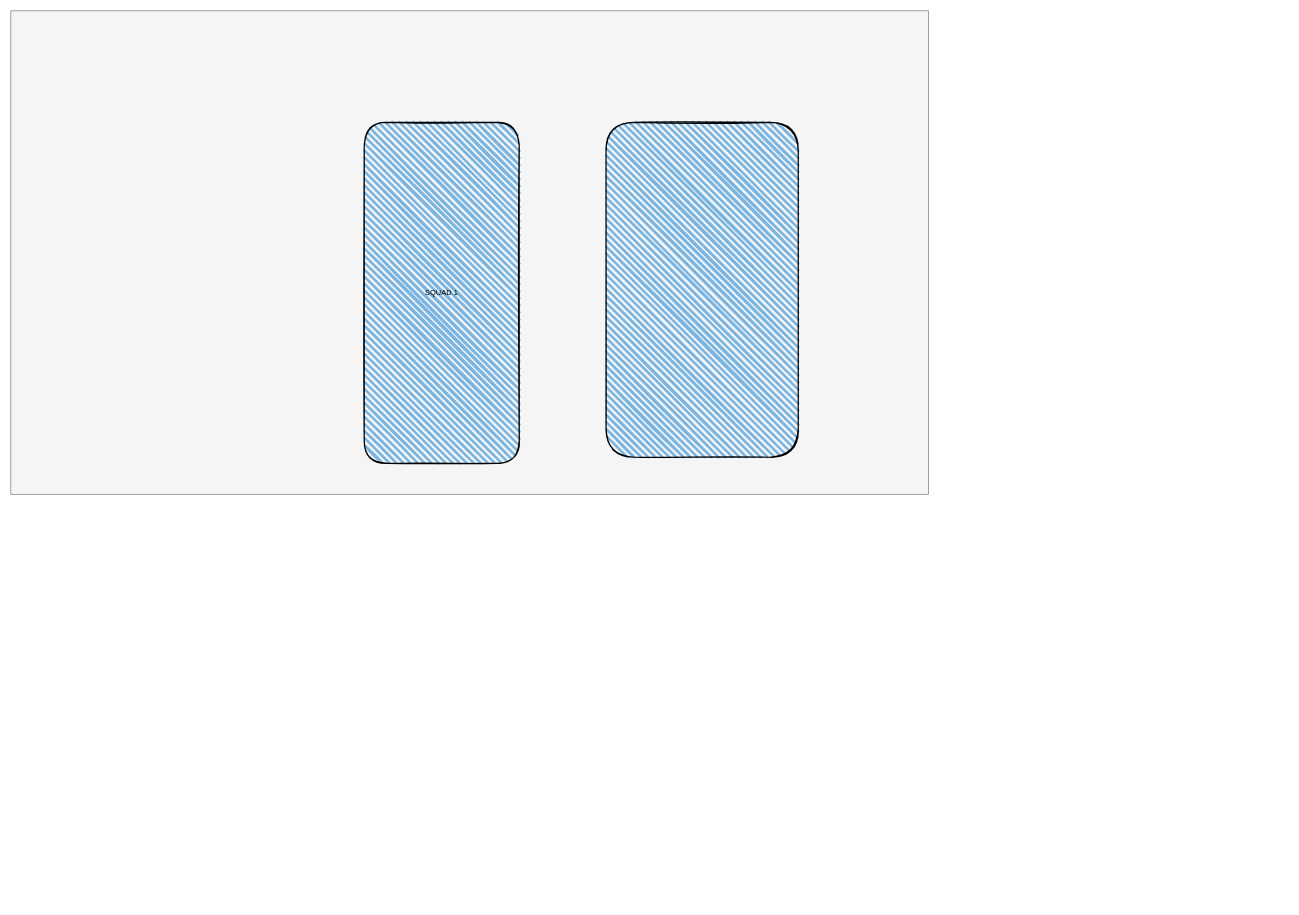
Before: draws/Squads_LH.drawio in pierrobernes/notes_lh, a draw.io diagram. Source tidied: cells renumbered, new cells numbered last; positions are measured from the earlier drawing's top-left corner, leaving out a move shared by most shapes. Both pictures are drawn from the tidied source at 62%, with x=0, y=0 at pixel (11, 11). Pictures stored in the file or linked from it are replaced by grey dashed boxes.
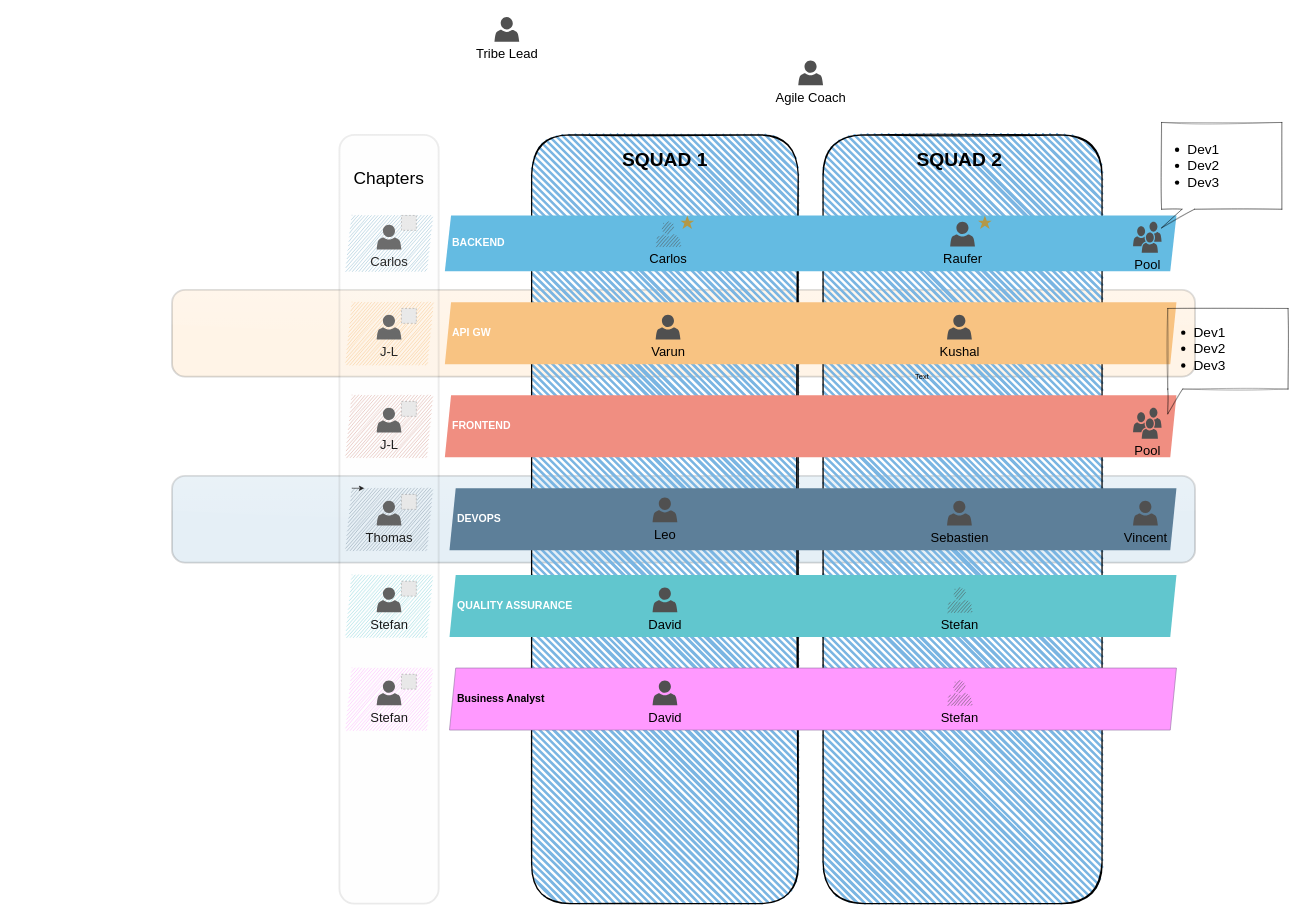
The same page after the edit.

Change to the diagram source:
```diff
@@
-    <mxCell id="2" style="rounded=0;whiteSpace=wrap;html=1;fillColor=#f5f5f5;strokeColor=#666666;fontColor=#333333;" parent="1" vertex="1">
-      <mxGeometry width="1480" height="780" as="geometry" />
-    </mxCell>
+    <mxCell id="5" style="rounded=1;whiteSpace=wrap;html=1;shadow=0;glass=1;labelBackgroundColor=none;sketch=0;strokeColor=#3B3B3B;strokeWidth=3;fontSize=31;fontColor=#000000;opacity=20;align=left;fillColor=#FFC986;" parent="1" vertex="1">
+      <mxGeometry x="260" y="450" width="1650" height="140" as="geometry" />
+    </mxCell>
+    <mxCell id="6" style="rounded=1;whiteSpace=wrap;html=1;shadow=0;glass=1;labelBackgroundColor=none;sketch=0;strokeColor=#3B3B3B;strokeWidth=3;fontSize=31;fontColor=#000000;opacity=20;align=left;fillColor=#7FAED1;" parent="1" vertex="1">
+      <mxGeometry x="260" y="750" width="1650" height="140" as="geometry" />
+    </mxCell>
-    <mxCell id="3" value="SQUAD 1" style="rounded=1;whiteSpace=wrap;html=1;strokeWidth=2;fillWeight=4;hachureGap=8;hachureAngle=45;sketch=1;fillColor=#7AB5E2;" parent="1" vertex="1">
-      <mxGeometry x="570" y="180" width="250" height="550" as="geometry" />
+    <mxCell id="3" style="rounded=1;whiteSpace=wrap;html=1;strokeWidth=2;fillWeight=4;hachureGap=8;hachureAngle=45;sketch=1;fillColor=#7AB5E2;align=left;" parent="1" vertex="1">
+      <mxGeometry x="840" y="200" width="430" height="1240" as="geometry" />
     </mxCell>
     <mxCell id="4" style="rounded=1;whiteSpace=wrap;html=1;strokeWidth=2;fillWeight=4;hachureGap=8;hachureAngle=45;sketch=1;fillColor=#7AB5E2;" parent="1" vertex="1">
-      <mxGeometry x="960" y="180" width="310" height="540" as="geometry" />
+      <mxGeometry x="1310" y="200" width="450" height="1240" as="geometry" />
     </mxCell>
+    <mxCell id="7" value="Text" style="text;html=1;strokeColor=none;fillColor=none;align=center;verticalAlign=middle;whiteSpace=wrap;rounded=0;" parent="1" vertex="1">
+      <mxGeometry x="1450" y="580" width="40" height="20" as="geometry" />
+    </mxCell>
+    <mxCell id="8" value="SQUAD 1" style="text;html=1;strokeColor=none;fillColor=none;align=center;verticalAlign=middle;whiteSpace=wrap;rounded=0;fontStyle=1;fontSize=31;" parent="1" vertex="1">
+      <mxGeometry x="975" y="230" width="160" height="20" as="geometry" />
+    </mxCell>
+    <mxCell id="9" value="SQUAD 2" style="text;html=1;strokeColor=none;fillColor=none;align=center;verticalAlign=middle;whiteSpace=wrap;rounded=0;fontStyle=1;fontSize=31;" parent="1" vertex="1">
+      <mxGeometry x="1450" y="230" width="160" height="20" as="geometry" />
+    </mxCell>
+    <mxCell id="10" value="Agile Coach" style="shadow=0;dashed=0;html=1;strokeColor=none;fillColor=#505050;labelPosition=center;verticalLabelPosition=bottom;verticalAlign=top;align=center;shape=mxgraph.office.users.user;fontSize=21;fontColor=#000000;" parent="1" vertex="1">
+      <mxGeometry x="1270" y="80" width="40" height="40" as="geometry" />
+    </mxCell>
+    <mxCell id="11" value="Tribe Lead" style="shadow=0;dashed=0;html=1;strokeColor=none;fillColor=#505050;labelPosition=center;verticalLabelPosition=bottom;verticalAlign=top;align=center;shape=mxgraph.office.users.user;fontSize=21;fontColor=#000000;" parent="1" vertex="1">
+      <mxGeometry x="780" y="10" width="40" height="40" as="geometry" />
+    </mxCell>
+    <mxCell id="12" style="shape=mxgraph.infographic.parallelogram;dx=5;html=1;fillColor=#10739E;strokeColor=none;shadow=0;fontSize=17;align=center;fontStyle=1;sketch=1;opacity=50;" parent="1" vertex="1">
+      <mxGeometry x="540" y="330" width="140" height="90" as="geometry" />
+    </mxCell>
+    <mxCell id="13" value="BACKEND" style="shape=mxgraph.infographic.parallelogram;dx=5;html=1;fillColor=#64BBE2;strokeColor=none;shadow=0;fontSize=17;fontColor=#FFFFFF;align=left;spacingLeft=10;fontStyle=1;" parent="1" vertex="1">
+      <mxGeometry x="700" y="330" width="1180" height="90" as="geometry" />
+    </mxCell>
+    <mxCell id="14" style="shape=mxgraph.infographic.parallelogram;dx=5;html=1;fillColor=#F2931E;strokeColor=none;shadow=0;fontSize=17;align=center;fontStyle=1;sketch=1;opacity=50;" parent="1" vertex="1">
+      <mxGeometry x="540" y="470" width="140" height="100" as="geometry" />
+    </mxCell>
+    <mxCell id="15" value="API GW" style="shape=mxgraph.infographic.parallelogram;dx=5;html=1;strokeColor=none;shadow=0;fontSize=17;fontColor=#FFFFFF;align=left;spacingLeft=10;fontStyle=1;fillColor=#F8C382;" parent="1" vertex="1">
+      <mxGeometry x="700" y="470" width="1180" height="100" as="geometry" />
+    </mxCell>
+    <mxCell id="16" style="shape=mxgraph.infographic.parallelogram;dx=5;html=1;fillColor=#AE4132;strokeColor=none;shadow=0;fontSize=17;align=center;fontStyle=1;sketch=1;opacity=50;" parent="1" vertex="1">
+      <mxGeometry x="540" y="620" width="140" height="100" as="geometry" />
+    </mxCell>
+    <mxCell id="17" value="FRONTEND" style="shape=mxgraph.infographic.parallelogram;dx=5;html=1;fillColor=#F08E81;strokeColor=none;shadow=0;fontSize=17;fontColor=#FFFFFF;align=left;spacingLeft=10;fontStyle=1;" parent="1" vertex="1">
+      <mxGeometry x="700" y="620" width="1180" height="100" as="geometry" />
+    </mxCell>
+    <mxCell id="18" style="shape=mxgraph.infographic.parallelogram;dx=5;html=1;fillColor=#23445D;strokeColor=none;shadow=0;fontSize=17;fontColor=#FFFFFF;align=center;fontStyle=1;sketch=1;opacity=50;" parent="1" vertex="1">
+      <mxGeometry x="540" y="770" width="140" height="100" as="geometry" />
+    </mxCell>
+    <mxCell id="19" value="DEVOPS" style="shape=mxgraph.infographic.parallelogram;dx=5;html=1;fillColor=#5D7F99;strokeColor=none;shadow=0;fontSize=17;fontColor=#FFFFFF;align=left;spacingLeft=10;fontStyle=1;" parent="1" vertex="1">
+      <mxGeometry x="707.5" y="770" width="1172.5" height="100" as="geometry" />
+    </mxCell>
+    <mxCell id="20" style="shape=mxgraph.infographic.parallelogram;dx=5;html=1;fillColor=#12AAB5;strokeColor=none;shadow=0;fontSize=17;fontColor=#FFFFFF;align=center;fontStyle=1;sketch=1;opacity=50;" parent="1" vertex="1">
+      <mxGeometry x="540" y="910" width="140" height="100" as="geometry" />
+    </mxCell>
+    <mxCell id="21" value="QUALITY ASSURANCE" style="shape=mxgraph.infographic.parallelogram;dx=5;html=1;fillColor=#61C6CE;strokeColor=none;shadow=0;fontSize=17;fontColor=#FFFFFF;align=left;spacingLeft=10;fontStyle=1;" parent="1" vertex="1">
+      <mxGeometry x="707.5" y="910" width="1172.5" height="100" as="geometry" />
+    </mxCell>
+    <mxCell id="22" value="Carlos" style="shadow=0;dashed=0;html=1;strokeColor=none;fillColor=#505050;labelPosition=center;verticalLabelPosition=bottom;verticalAlign=top;align=center;shape=mxgraph.office.users.user;fontSize=21;fontColor=#000000;sketch=1;" parent="1" vertex="1">
+      <mxGeometry x="1040" y="340" width="40" height="40" as="geometry" />
+    </mxCell>
+    <mxCell id="23" style="html=1;verticalLabelPosition=bottom;labelBackgroundColor=#ffffff;verticalAlign=top;shadow=0;dashed=0;strokeWidth=2;shape=mxgraph.ios7.misc.star;strokeColor=none;fontSize=21;fontColor=#FFD966;fillColor=#B39847;" parent="1" vertex="1">
+      <mxGeometry x="1080" y="330" width="22" height="22" as="geometry" />
+    </mxCell>
+    <mxCell id="24" value="Raufer" style="shadow=0;dashed=0;html=1;strokeColor=none;fillColor=#505050;labelPosition=center;verticalLabelPosition=bottom;verticalAlign=top;align=center;shape=mxgraph.office.users.user;fontSize=21;fontColor=#000000;" parent="1" vertex="1">
+      <mxGeometry x="1515" y="340" width="40" height="40" as="geometry" />
+    </mxCell>
+    <mxCell id="25" value="Pool" style="shadow=0;dashed=0;html=1;strokeColor=none;fillColor=#505050;labelPosition=center;verticalLabelPosition=bottom;verticalAlign=top;align=center;shape=mxgraph.office.users.users;fontSize=21;fontColor=#000000;" parent="1" vertex="1">
+      <mxGeometry x="1810" y="340" width="46" height="50" as="geometry" />
+    </mxCell>
+    <mxCell id="26" style="edgeStyle=orthogonalEdgeStyle;rounded=0;orthogonalLoop=1;jettySize=auto;html=1;exitX=0;exitY=0;exitDx=10;exitDy=0;exitPerimeter=0;entryX=0;entryY=0;entryDx=30;entryDy=0;entryPerimeter=0;fontSize=21;fontColor=#FFD966;" parent="1" edge="1" source="18" target="18">
+      <mxGeometry relative="1" as="geometry" />
+    </mxCell>
+    <mxCell id="27" style="html=1;verticalLabelPosition=bottom;labelBackgroundColor=#ffffff;verticalAlign=top;shadow=0;dashed=0;strokeWidth=2;shape=mxgraph.ios7.misc.star;strokeColor=none;fontSize=21;fontColor=#FFD966;fillColor=#B39847;" parent="1" vertex="1">
+      <mxGeometry x="1560" y="330" width="22" height="22" as="geometry" />
+    </mxCell>
+    <mxCell id="28" value="Varun" style="shadow=0;dashed=0;html=1;strokeColor=none;fillColor=#505050;labelPosition=center;verticalLabelPosition=bottom;verticalAlign=top;align=center;shape=mxgraph.office.users.user;fontSize=21;fontColor=#000000;" parent="1" vertex="1">
+      <mxGeometry x="1040" y="490" width="40" height="40" as="geometry" />
+    </mxCell>
+    <mxCell id="29" value="Kushal" style="shadow=0;dashed=0;html=1;strokeColor=none;fillColor=#505050;labelPosition=center;verticalLabelPosition=bottom;verticalAlign=top;align=center;shape=mxgraph.office.users.user;fontSize=21;fontColor=#000000;" parent="1" vertex="1">
+      <mxGeometry x="1510" y="490" width="40" height="40" as="geometry" />
+    </mxCell>
+    <mxCell id="30" value="Pool" style="shadow=0;dashed=0;html=1;strokeColor=none;fillColor=#505050;labelPosition=center;verticalLabelPosition=bottom;verticalAlign=top;align=center;shape=mxgraph.office.users.users;fontSize=21;fontColor=#000000;" parent="1" vertex="1">
+      <mxGeometry x="1810" y="640" width="46" height="50" as="geometry" />
+    </mxCell>
+    <mxCell id="31" value="&lt;ul style=&quot;font-size: 22px&quot;&gt;&lt;li style=&quot;font-size: 22px&quot;&gt;Dev1&lt;/li&gt;&lt;li style=&quot;font-size: 22px&quot;&gt;Dev2&lt;/li&gt;&lt;li style=&quot;font-size: 22px&quot;&gt;Dev3&lt;/li&gt;&lt;/ul&gt;" style="shape=callout;whiteSpace=wrap;html=1;perimeter=calloutPerimeter;rounded=0;shadow=0;labelBackgroundColor=none;sketch=1;fillColor=none;fontSize=22;fontColor=#000000;opacity=50;position2=0;size=30;position=0.17;align=left;" parent="1" vertex="1">
+      <mxGeometry x="1856" y="180" width="194" height="170" as="geometry" />
+    </mxCell>
+    <mxCell id="32" value="&lt;ul style=&quot;font-size: 22px&quot;&gt;&lt;li style=&quot;font-size: 22px&quot;&gt;Dev1&lt;/li&gt;&lt;li style=&quot;font-size: 22px&quot;&gt;Dev2&lt;/li&gt;&lt;li style=&quot;font-size: 22px&quot;&gt;Dev3&lt;/li&gt;&lt;/ul&gt;" style="shape=callout;whiteSpace=wrap;html=1;perimeter=calloutPerimeter;rounded=0;shadow=0;labelBackgroundColor=none;sketch=1;fillColor=none;fontSize=22;fontColor=#000000;opacity=50;position2=0;size=40;position=0;align=left;base=24;" parent="1" vertex="1">
+      <mxGeometry x="1866" y="480" width="194" height="170" as="geometry" />
+    </mxCell>
+    <mxCell id="33" style="fillColor=#E6E6E6;strokeColor=#999999;dashed=1;html=1;verticalAlign=top;verticalLabelPosition=bottom;labelBackgroundColor=#ffffff;fontSize=22;fontColor=#000000;align=left;" parent="1" vertex="1">
+      <mxGeometry x="630" y="330" width="24" height="24" as="geometry" />
+    </mxCell>
+    <mxCell id="34" value="Carlos" style="shadow=0;dashed=0;html=1;strokeColor=none;fillColor=#505050;labelPosition=center;verticalLabelPosition=bottom;verticalAlign=top;align=center;shape=mxgraph.office.users.user;fontSize=21;fontColor=#000000;" parent="1" vertex="1">
+      <mxGeometry x="590" y="345" width="40" height="40" as="geometry" />
+    </mxCell>
+    <mxCell id="35" style="group;" parent="1" vertex="1">
+      <mxGeometry x="590" y="480" width="64" height="50" as="geometry" />
+    </mxCell>
+    <mxCell id="36" value="J-L" style="shadow=0;dashed=0;html=1;strokeColor=none;fillColor=#505050;labelPosition=center;verticalLabelPosition=bottom;verticalAlign=top;align=center;shape=mxgraph.office.users.user;fontSize=21;fontColor=#000000;" parent="35" vertex="1">
+      <mxGeometry y="10" width="40" height="40" as="geometry" />
+    </mxCell>
+    <mxCell id="37" style="fillColor=#E6E6E6;strokeColor=#999999;dashed=1;html=1;verticalAlign=top;verticalLabelPosition=bottom;labelBackgroundColor=#ffffff;fontSize=22;fontColor=#000000;align=left;" parent="35" vertex="1">
+      <mxGeometry x="40" width="24" height="24" as="geometry" />
+    </mxCell>
+    <mxCell id="38" style="group;" parent="1" vertex="1">
+      <mxGeometry x="590" y="630" width="64" height="50" as="geometry" />
+    </mxCell>
+    <mxCell id="39" value="J-L" style="shadow=0;dashed=0;html=1;strokeColor=none;fillColor=#505050;labelPosition=center;verticalLabelPosition=bottom;verticalAlign=top;align=center;shape=mxgraph.office.users.user;fontSize=21;fontColor=#000000;" parent="38" vertex="1">
+      <mxGeometry y="10" width="40" height="40" as="geometry" />
+    </mxCell>
+    <mxCell id="40" style="fillColor=#E6E6E6;strokeColor=#999999;dashed=1;html=1;verticalAlign=top;verticalLabelPosition=bottom;labelBackgroundColor=#ffffff;fontSize=22;fontColor=#000000;align=left;" parent="38" vertex="1">
+      <mxGeometry x="40" width="24" height="24" as="geometry" />
+    </mxCell>
+    <mxCell id="41" style="group;" parent="1" vertex="1">
+      <mxGeometry x="590" y="780" width="64" height="50" as="geometry" />
+    </mxCell>
+    <mxCell id="42" value="Thomas" style="shadow=0;dashed=0;html=1;strokeColor=none;fillColor=#505050;labelPosition=center;verticalLabelPosition=bottom;verticalAlign=top;align=center;shape=mxgraph.office.users.user;fontSize=21;fontColor=#000000;" parent="41" vertex="1">
+      <mxGeometry y="10" width="40" height="40" as="geometry" />
+    </mxCell>
+    <mxCell id="43" style="fillColor=#E6E6E6;strokeColor=#999999;dashed=1;html=1;verticalAlign=top;verticalLabelPosition=bottom;labelBackgroundColor=#ffffff;fontSize=22;fontColor=#000000;align=left;" parent="41" vertex="1">
+      <mxGeometry x="40" width="24" height="24" as="geometry" />
+    </mxCell>
+    <mxCell id="44" style="group;" parent="1" vertex="1">
+      <mxGeometry x="590" y="920" width="64" height="50" as="geometry" />
+    </mxCell>
+    <mxCell id="45" value="Stefan" style="shadow=0;dashed=0;html=1;strokeColor=none;fillColor=#505050;labelPosition=center;verticalLabelPosition=bottom;verticalAlign=top;align=center;shape=mxgraph.office.users.user;fontSize=21;fontColor=#000000;" parent="44" vertex="1">
+      <mxGeometry y="10" width="40" height="40" as="geometry" />
+    </mxCell>
+    <mxCell id="46" style="fillColor=#E6E6E6;strokeColor=#999999;dashed=1;html=1;verticalAlign=top;verticalLabelPosition=bottom;labelBackgroundColor=#ffffff;fontSize=22;fontColor=#000000;align=left;" parent="44" vertex="1">
+      <mxGeometry x="40" width="24" height="24" as="geometry" />
+    </mxCell>
+    <mxCell id="47" value="Leo" style="shadow=0;dashed=0;html=1;strokeColor=none;fillColor=#505050;labelPosition=center;verticalLabelPosition=bottom;verticalAlign=top;align=center;shape=mxgraph.office.users.user;fontSize=21;fontColor=#000000;" parent="1" vertex="1">
+      <mxGeometry x="1035" y="785" width="40" height="40" as="geometry" />
+    </mxCell>
+    <mxCell id="48" value="Sebastien" style="shadow=0;dashed=0;html=1;strokeColor=none;fillColor=#505050;labelPosition=center;verticalLabelPosition=bottom;verticalAlign=top;align=center;shape=mxgraph.office.users.user;fontSize=21;fontColor=#000000;" parent="1" vertex="1">
+      <mxGeometry x="1510" y="790" width="40" height="40" as="geometry" />
+    </mxCell>
+    <mxCell id="49" value="Vincent" style="shadow=0;dashed=0;html=1;strokeColor=none;fillColor=#505050;labelPosition=center;verticalLabelPosition=bottom;verticalAlign=top;align=center;shape=mxgraph.office.users.user;fontSize=21;fontColor=#000000;" parent="1" vertex="1">
+      <mxGeometry x="1810" y="790" width="40" height="40" as="geometry" />
+    </mxCell>
+    <mxCell id="50" value="David" style="shadow=0;dashed=0;html=1;strokeColor=none;fillColor=#505050;labelPosition=center;verticalLabelPosition=bottom;verticalAlign=top;align=center;shape=mxgraph.office.users.user;fontSize=21;fontColor=#000000;" parent="1" vertex="1">
+      <mxGeometry x="1035" y="930" width="40" height="40" as="geometry" />
+    </mxCell>
+    <mxCell id="51" value="Stefan" style="shadow=0;dashed=0;html=1;strokeColor=none;fillColor=#505050;labelPosition=center;verticalLabelPosition=bottom;verticalAlign=top;align=center;shape=mxgraph.office.users.user;fontSize=21;fontColor=#000000;sketch=1;" parent="1" vertex="1">
+      <mxGeometry x="1510" y="930" width="40" height="40" as="geometry" />
+    </mxCell>
+    <mxCell id="52" style="shape=mxgraph.infographic.parallelogram;dx=5;html=1;strokeColor=none;shadow=0;fontSize=17;fontColor=#FFFFFF;align=center;fontStyle=1;sketch=1;opacity=50;fillColor=#FF66FF;" parent="1" vertex="1">
+      <mxGeometry x="540" y="1060" width="140" height="100" as="geometry" />
+    </mxCell>
+    <mxCell id="53" value="Business Analyst" style="shape=mxgraph.infographic.parallelogram;dx=5;html=1;strokeColor=#9673a6;shadow=0;fontSize=17;align=left;spacingLeft=10;fontStyle=1;fillColor=#FF99FF;" parent="1" vertex="1">
+      <mxGeometry x="707.5" y="1060" width="1172.5" height="100" as="geometry" />
+    </mxCell>
+    <mxCell id="54" style="group;" parent="1" vertex="1">
+      <mxGeometry x="590" y="1070" width="64" height="50" as="geometry" />
+    </mxCell>
+    <mxCell id="55" value="Stefan" style="shadow=0;dashed=0;html=1;strokeColor=none;fillColor=#505050;labelPosition=center;verticalLabelPosition=bottom;verticalAlign=top;align=center;shape=mxgraph.office.users.user;fontSize=21;fontColor=#000000;" parent="54" vertex="1">
+      <mxGeometry y="10" width="40" height="40" as="geometry" />
+    </mxCell>
+    <mxCell id="56" style="fillColor=#E6E6E6;strokeColor=#999999;dashed=1;html=1;verticalAlign=top;verticalLabelPosition=bottom;labelBackgroundColor=#ffffff;fontSize=22;fontColor=#000000;align=left;" parent="54" vertex="1">
+      <mxGeometry x="40" width="24" height="24" as="geometry" />
+    </mxCell>
+    <mxCell id="57" value="David" style="shadow=0;dashed=0;html=1;strokeColor=none;fillColor=#505050;labelPosition=center;verticalLabelPosition=bottom;verticalAlign=top;align=center;shape=mxgraph.office.users.user;fontSize=21;fontColor=#000000;" parent="1" vertex="1">
+      <mxGeometry x="1035" y="1080" width="40" height="40" as="geometry" />
+    </mxCell>
+    <mxCell id="58" value="Stefan" style="shadow=0;dashed=0;html=1;strokeColor=none;fillColor=#505050;labelPosition=center;verticalLabelPosition=bottom;verticalAlign=top;align=center;shape=mxgraph.office.users.user;fontSize=21;fontColor=#000000;sketch=1;" parent="1" vertex="1">
+      <mxGeometry x="1510" y="1080" width="40" height="40" as="geometry" />
+    </mxCell>
+    <mxCell id="59" style="rounded=1;whiteSpace=wrap;html=1;shadow=0;labelBackgroundColor=none;sketch=0;fillColor=#f5f5f5;fontSize=22;fontColor=#333333;opacity=10;align=left;glass=1;strokeWidth=3;strokeColor=#3B3B3B;" parent="1" vertex="1">
+      <mxGeometry x="530" y="200" width="160" height="1240" as="geometry" />
+    </mxCell>
+    <mxCell id="60" value="Chapters" style="text;html=1;strokeColor=none;fillColor=none;align=center;verticalAlign=middle;whiteSpace=wrap;rounded=0;shadow=0;glass=1;labelBackgroundColor=none;sketch=0;fontSize=28;fontColor=#000000;opacity=20;rotation=0;" parent="1" vertex="1">
+      <mxGeometry x="590" y="260" width="40" height="20" as="geometry" />
+    </mxCell>
```
